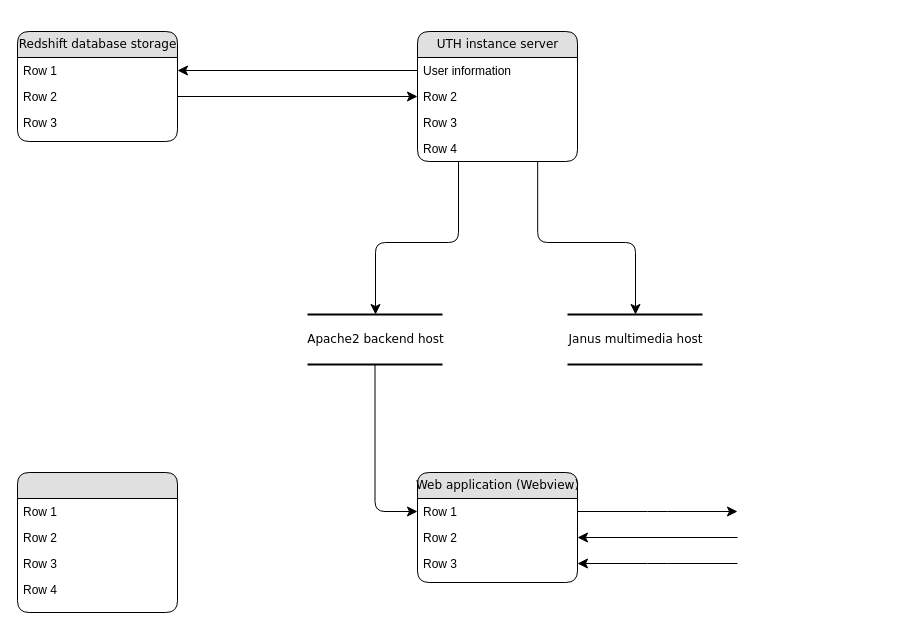
The draw.io diagram Untitled Diagram.drawio in boringtb/Stroke-rehab-assistant, before the edit. Source tidied: cells renumbered, new cells numbered last; positions are measured from the earlier drawing's top-left corner, leaving out a move shared by most shapes. Both pictures are drawn from the tidied source at 100%, with x=0, y=0 at pixel (17, 31).
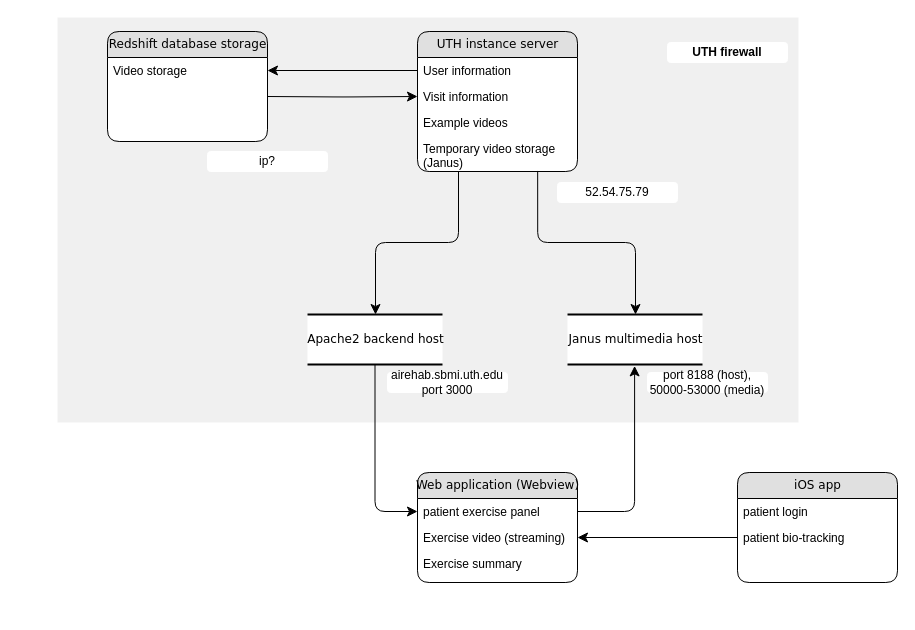
After the change.

Unchanged cells that the change refers to:
```xml
<mxCell id="2" value="Janus multimedia host" style="html=1;rounded=0;shadow=0;comic=0;labelBackgroundColor=none;strokeWidth=2;fontFamily=Verdana;fontSize=12;align=center;shape=mxgraph.ios7ui.horLines;" parent="1" vertex="1">
  <mxGeometry x="550" y="283" width="135" height="50" as="geometry" />
</mxCell>
<mxCell id="17" value="Web application (Webview)" style="swimlane;html=1;fontStyle=0;horizontal=1;startSize=26;fillColor=#e0e0e0;swimlaneFillColor=#ffffff;align=center;rounded=1;shadow=0;comic=0;labelBackgroundColor=none;strokeWidth=1;fontFamily=Verdana;fontSize=12;" parent="1" vertex="1">
  <mxGeometry x="400" y="441" width="160" height="110" as="geometry" />
</mxCell>
```

Change to the diagram source:
```diff
@@
+    <mxCell id="30" value="&lt;div style=&quot;&quot;&gt;&lt;br&gt;&lt;/div&gt;" style="rounded=0;whiteSpace=wrap;html=1;opacity=30;strokeColor=none;fillColor=#CCCCCC;align=center;" parent="1" vertex="1">
+      <mxGeometry x="40" y="-14" width="741" height="405" as="geometry" />
+    </mxCell>
@@
     <mxCell id="3" value="Redshift database storage" style="swimlane;html=1;fontStyle=0;horizontal=1;startSize=26;fillColor=#e0e0e0;swimlaneFillColor=#ffffff;align=center;rounded=1;shadow=0;comic=0;labelBackgroundColor=none;strokeWidth=1;fontFamily=Verdana;fontSize=12;" parent="1" vertex="1">
-      <mxGeometry width="160" height="110" as="geometry" />
+      <mxGeometry x="90" width="160" height="110" as="geometry" />
     </mxCell>
-    <mxCell id="4" value="Row 1" style="text;html=1;strokeColor=none;fillColor=none;spacingLeft=4;spacingRight=4;whiteSpace=wrap;overflow=hidden;points=[[0,0.5],[1,0.5]];portConstraint=eastwest;" parent="3" vertex="1">
+    <mxCell id="4" value="Video storage&lt;br&gt;" style="text;html=1;strokeColor=none;fillColor=none;spacingLeft=4;spacingRight=4;whiteSpace=wrap;overflow=hidden;points=[[0,0.5],[1,0.5]];portConstraint=eastwest;" parent="3" vertex="1">
       <mxGeometry y="26" width="160" height="26" as="geometry" />
     </mxCell>
-    <mxCell id="5" value="Row 2" style="text;html=1;strokeColor=none;fillColor=none;spacingLeft=4;spacingRight=4;whiteSpace=wrap;overflow=hidden;points=[[0,0.5],[1,0.5]];portConstraint=eastwest;" parent="3" vertex="1">
-      <mxGeometry y="52" width="160" height="26" as="geometry" />
-    </mxCell>
-    <mxCell id="6" value="Row 3" style="text;html=1;strokeColor=none;fillColor=none;spacingLeft=4;spacingRight=4;whiteSpace=wrap;overflow=hidden;" parent="3" vertex="1">
-      <mxGeometry y="78" width="160" height="26" as="geometry" />
-    </mxCell>
     <mxCell id="7" value="UTH instance server" style="swimlane;html=1;fontStyle=0;horizontal=1;startSize=26;fillColor=#e0e0e0;swimlaneFillColor=#ffffff;align=center;rounded=1;shadow=0;comic=0;labelBackgroundColor=none;strokeWidth=1;fontFamily=Verdana;fontSize=12;" parent="1" vertex="1">
-      <mxGeometry x="400" width="160" height="130" as="geometry" />
+      <mxGeometry x="400" width="160" height="140" as="geometry" />
     </mxCell>
@@
-    <mxCell id="9" value="Row 2" style="text;html=1;strokeColor=none;fillColor=none;spacingLeft=4;spacingRight=4;whiteSpace=wrap;overflow=hidden;points=[[0,0.5],[1,0.5]];portConstraint=eastwest;" parent="7" vertex="1">
+    <mxCell id="9" value="Visit information" style="text;html=1;strokeColor=none;fillColor=none;spacingLeft=4;spacingRight=4;whiteSpace=wrap;overflow=hidden;points=[[0,0.5],[1,0.5]];portConstraint=eastwest;" parent="7" vertex="1">
       <mxGeometry y="52" width="160" height="26" as="geometry" />
     </mxCell>
-    <mxCell id="10" value="Row 3" style="text;html=1;strokeColor=none;fillColor=none;spacingLeft=4;spacingRight=4;whiteSpace=wrap;overflow=hidden;" parent="7" vertex="1">
+    <mxCell id="10" value="Example videos" style="text;html=1;strokeColor=none;fillColor=none;spacingLeft=4;spacingRight=4;whiteSpace=wrap;overflow=hidden;" parent="7" vertex="1">
       <mxGeometry y="78" width="160" height="26" as="geometry" />
     </mxCell>
-    <mxCell id="11" value="Row 4" style="text;html=1;strokeColor=none;fillColor=none;spacingLeft=4;spacingRight=4;whiteSpace=wrap;overflow=hidden;points=[[0,0.5],[1,0.5]];portConstraint=eastwest;" parent="7" vertex="1">
-      <mxGeometry y="104" width="160" height="26" as="geometry" />
+    <mxCell id="11" value="Temporary video storage (Janus)" style="text;html=1;strokeColor=none;fillColor=none;spacingLeft=4;spacingRight=4;whiteSpace=wrap;overflow=hidden;points=[[0,0.5],[1,0.5]];portConstraint=eastwest;" parent="7" vertex="1">
+      <mxGeometry y="104" width="160" height="36" as="geometry" />
     </mxCell>
-    <mxCell id="12" style="swimlane;html=1;fontStyle=0;horizontal=1;startSize=26;fillColor=#e0e0e0;swimlaneFillColor=#ffffff;align=center;rounded=1;shadow=0;comic=0;labelBackgroundColor=none;strokeWidth=1;fontFamily=Verdana;fontSize=12;" parent="1" vertex="1">
-      <mxGeometry y="441" width="160" height="140" as="geometry" />
-    </mxCell>
-    <mxCell id="13" value="Row 1" style="text;html=1;strokeColor=none;fillColor=none;spacingLeft=4;spacingRight=4;whiteSpace=wrap;overflow=hidden;" parent="12" vertex="1">
-      <mxGeometry y="26" width="160" height="26" as="geometry" />
-    </mxCell>
-    <mxCell id="14" value="Row 2" style="text;html=1;strokeColor=none;fillColor=none;spacingLeft=4;spacingRight=4;whiteSpace=wrap;overflow=hidden;" parent="12" vertex="1">
-      <mxGeometry y="52" width="160" height="26" as="geometry" />
-    </mxCell>
-    <mxCell id="15" value="Row 3" style="text;html=1;strokeColor=none;fillColor=none;spacingLeft=4;spacingRight=4;whiteSpace=wrap;overflow=hidden;" parent="12" vertex="1">
-      <mxGeometry y="78" width="160" height="26" as="geometry" />
-    </mxCell>
-    <mxCell id="16" value="Row 4" style="text;html=1;strokeColor=none;fillColor=none;spacingLeft=4;spacingRight=4;whiteSpace=wrap;overflow=hidden;" parent="12" vertex="1">
-      <mxGeometry y="104" width="160" height="26" as="geometry" />
-    </mxCell>
@@
-    <mxCell id="18" value="Row 1" style="text;html=1;strokeColor=none;fillColor=none;spacingLeft=4;spacingRight=4;whiteSpace=wrap;overflow=hidden;points=[[0,0.5],[1,0.5]];portConstraint=eastwest;" parent="17" vertex="1">
+    <mxCell id="18" value="patient exercise panel" style="text;html=1;strokeColor=none;fillColor=none;spacingLeft=4;spacingRight=4;whiteSpace=wrap;overflow=hidden;points=[[0,0.5],[1,0.5]];portConstraint=eastwest;" parent="17" vertex="1">
       <mxGeometry y="26" width="160" height="26" as="geometry" />
     </mxCell>
-    <mxCell id="19" value="Row 2" style="text;html=1;strokeColor=none;fillColor=none;spacingLeft=4;spacingRight=4;whiteSpace=wrap;overflow=hidden;points=[[0,0.5],[1,0.5]];portConstraint=eastwest;" parent="17" vertex="1">
+    <mxCell id="19" value="Exercise video (streaming)" style="text;html=1;strokeColor=none;fillColor=none;spacingLeft=4;spacingRight=4;whiteSpace=wrap;overflow=hidden;points=[[0,0.5],[1,0.5]];portConstraint=eastwest;" parent="17" vertex="1">
       <mxGeometry y="52" width="160" height="26" as="geometry" />
     </mxCell>
-    <mxCell id="20" value="Row 3" style="text;html=1;strokeColor=none;fillColor=none;spacingLeft=4;spacingRight=4;whiteSpace=wrap;overflow=hidden;points=[[0,0.5],[1,0.5]];portConstraint=eastwest;" parent="17" vertex="1">
+    <mxCell id="20" value="Exercise summary" style="text;html=1;strokeColor=none;fillColor=none;spacingLeft=4;spacingRight=4;whiteSpace=wrap;overflow=hidden;points=[[0,0.5],[1,0.5]];portConstraint=eastwest;" parent="17" vertex="1">
       <mxGeometry y="78" width="160" height="26" as="geometry" />
     </mxCell>
@@
-    <mxCell id="24" style="edgeStyle=orthogonalEdgeStyle;html=1;entryX=0;entryY=0.5;labelBackgroundColor=none;startFill=0;startSize=8;endFill=1;endSize=8;fontFamily=Verdana;fontSize=12;exitX=1;exitY=0.5;" parent="1" edge="1" source="5" target="9">
-      <mxGeometry relative="1" as="geometry" />
+    <mxCell id="24" style="edgeStyle=orthogonalEdgeStyle;html=1;entryX=0;entryY=0.5;labelBackgroundColor=none;startFill=0;startSize=8;endFill=1;endSize=8;fontFamily=Verdana;fontSize=12;" parent="1" edge="1" target="9">
+      <mxGeometry relative="1" as="geometry">
+        <mxPoint x="250" y="65" as="sourcePoint" />
+      </mxGeometry>
     </mxCell>
@@
-    <mxCell id="26" style="edgeStyle=orthogonalEdgeStyle;html=1;exitX=1;exitY=0.5;labelBackgroundColor=none;startFill=0;startSize=8;endFill=1;endSize=8;fontFamily=Verdana;fontSize=12;" parent="1" edge="1" source="18">
-      <mxGeometry relative="1" as="geometry">
-        <mxPoint x="720" y="480" as="targetPoint" />
-      </mxGeometry>
+    <mxCell id="26" style="edgeStyle=orthogonalEdgeStyle;html=1;exitX=1;exitY=0.5;labelBackgroundColor=none;startFill=0;startSize=8;endFill=1;endSize=8;fontFamily=Verdana;fontSize=12;entryX=0.497;entryY=1.028;entryDx=0;entryDy=0;entryPerimeter=0;" parent="1" edge="1" source="18" target="2">
+      <mxGeometry relative="1" as="geometry" />
     </mxCell>
@@
-    <mxCell id="28" style="edgeStyle=orthogonalEdgeStyle;html=1;labelBackgroundColor=none;startFill=0;startSize=8;endFill=1;endSize=8;fontFamily=Verdana;fontSize=12;entryX=1;entryY=0.5;" parent="1" edge="1" target="20">
-      <mxGeometry relative="1" as="geometry">
-        <mxPoint x="720" y="532" as="sourcePoint" />
-        <Array as="points">
-          <mxPoint x="640" y="532" />
-          <mxPoint x="640" y="532" />
-        </Array>
-      </mxGeometry>
-    </mxCell>
@@
+    <mxCell id="31" value="airehab.sbmi.uth.edu&lt;br&gt;port 3000" style="rounded=1;whiteSpace=wrap;html=1;strokeColor=#FFFFFF;" parent="1" vertex="1">
+      <mxGeometry x="370" y="341" width="120" height="20" as="geometry" />
+    </mxCell>
+    <mxCell id="32" value="52.54.75.79" style="rounded=1;whiteSpace=wrap;html=1;strokeColor=#FFFFFF;" parent="1" vertex="1">
+      <mxGeometry x="540" y="151" width="120" height="20" as="geometry" />
+    </mxCell>
+    <mxCell id="33" value="ip?" style="rounded=1;whiteSpace=wrap;html=1;strokeColor=#FFFFFF;" parent="1" vertex="1">
+      <mxGeometry x="190" y="120" width="120" height="20" as="geometry" />
+    </mxCell>
+    <mxCell id="34" value="port 8188 (host), 50000-53000 (media)" style="rounded=1;whiteSpace=wrap;html=1;strokeColor=#FFFFFF;" parent="1" vertex="1">
+      <mxGeometry x="630" y="341" width="120" height="20" as="geometry" />
+    </mxCell>
+    <mxCell id="35" value="&lt;b&gt;UTH firewall&lt;/b&gt;" style="rounded=1;whiteSpace=wrap;html=1;strokeColor=#FFFFFF;" parent="1" vertex="1">
+      <mxGeometry x="650" y="11" width="120" height="20" as="geometry" />
+    </mxCell>
+    <mxCell id="36" value="iOS app" style="swimlane;html=1;fontStyle=0;horizontal=1;startSize=26;fillColor=#e0e0e0;swimlaneFillColor=#ffffff;align=center;rounded=1;shadow=0;comic=0;labelBackgroundColor=none;strokeWidth=1;fontFamily=Verdana;fontSize=12;" parent="1" vertex="1">
+      <mxGeometry x="720" y="441" width="160" height="110" as="geometry" />
+    </mxCell>
+    <mxCell id="37" value="patient login" style="text;html=1;strokeColor=none;fillColor=none;spacingLeft=4;spacingRight=4;whiteSpace=wrap;overflow=hidden;" parent="36" vertex="1">
+      <mxGeometry y="26" width="160" height="26" as="geometry" />
+    </mxCell>
+    <mxCell id="38" value="patient bio-tracking" style="text;html=1;strokeColor=none;fillColor=none;spacingLeft=4;spacingRight=4;whiteSpace=wrap;overflow=hidden;" parent="36" vertex="1">
+      <mxGeometry y="52" width="160" height="26" as="geometry" />
+    </mxCell>
```
